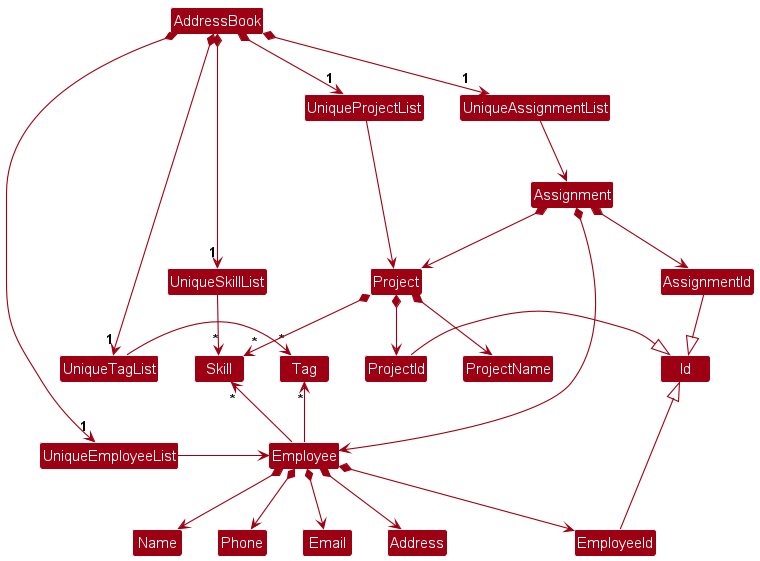
Before: docs/images/BetterModelClassDiagram.png, a diagram exported from PlantUML (nus-cs2103-AY2425S1/tp).
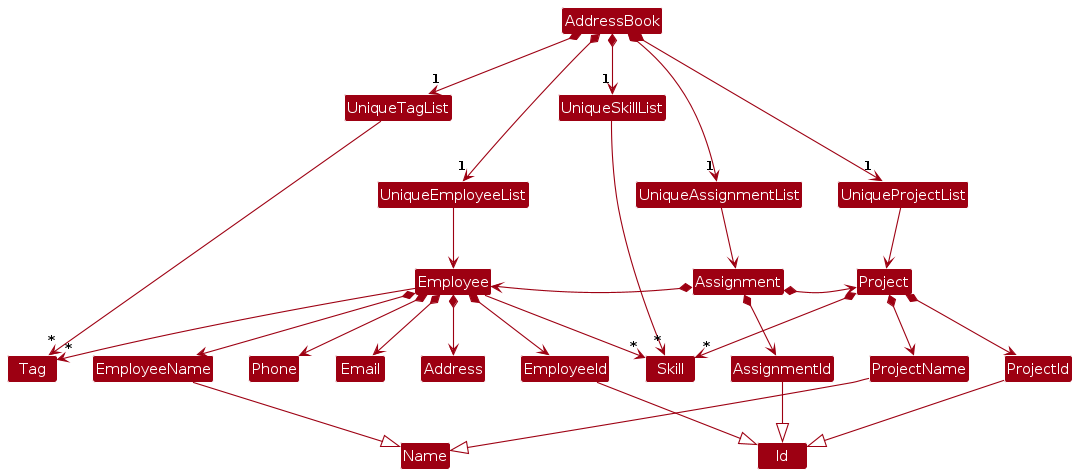
After the commit.

Commit message:
Update UML diagrams

Diff of the diagram source:
```diff
@@ -7,8 +7,8 @@
 AddressBook *-right-> "1" UniqueEmployeeList
 AddressBook *-down-> "1" UniqueProjectList
 AddressBook *-down-> "1" UniqueAssignmentList
-AddressBook *-right-> "1" UniqueTagList
-AddressBook *-right-> "1" UniqueSkillList
+AddressBook *-down-> "1" UniqueTagList
+AddressBook *-down-> "1" UniqueSkillList
 UniqueAssignmentList -[hidden]left- UniqueProjectList
 UniqueTagList -[hidden]down- UniqueEmployeeList
 UniqueTagList -[hidden]down- UniqueEmployeeList
@@ -19,11 +19,11 @@
 UniqueSkillList -right-> "*" Skill
 UniqueEmployeeList -right-> Employee
 
-Employee -up-> "*" Tag
-Employee -up-> "*" Skill
+Employee -down-> "*" Tag
+Employee -down-> "*" Skill
 
 Employee *--> EmployeeId
-Employee *--> Name
+Employee *--> EmployeeName
 Employee *--> Phone
 Employee *--> Email
 Employee *--> Address
@@ -40,7 +40,16 @@
 Assignment *--> Employee
 Assignment *--> Project
 
-EmployeeId -up-|> Id
-ProjectId -right-|> Id
+EmployeeId -down-|> Id
+ProjectId -down-|> Id
 AssignmentId -down-|> Id
+EmployeeName -down-|> Name
+ProjectName -down-|> Name
+
+Employee -[hidden]right-|> Assignment
+Assignment -[hidden]right-|> Project
+UniqueEmployeeList -[hidden]right-|> UniqueAssignmentList
+UniqueAssignmentList -[hidden]right-|> UniqueProjectList
+UniqueAssignmentList -[hidden]left-|> UniqueEmployeeList
+UniqueTagList -[hidden]right-|> UniqueSkillList
 @enduml
```
